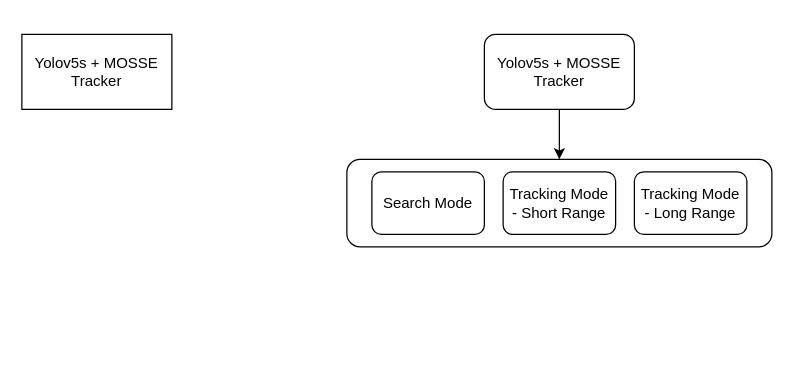
sonmyungwon/Software-Development keeps this draw.io diagram as system.drawio. Above is the earlier version. Source tidied: cells renumbered, new cells numbered last; positions are measured from the earlier drawing's top-left corner, leaving out a move shared by most shapes. Both pictures are drawn from the tidied source at 125%, with x=0, y=0 at pixel (21, 34).
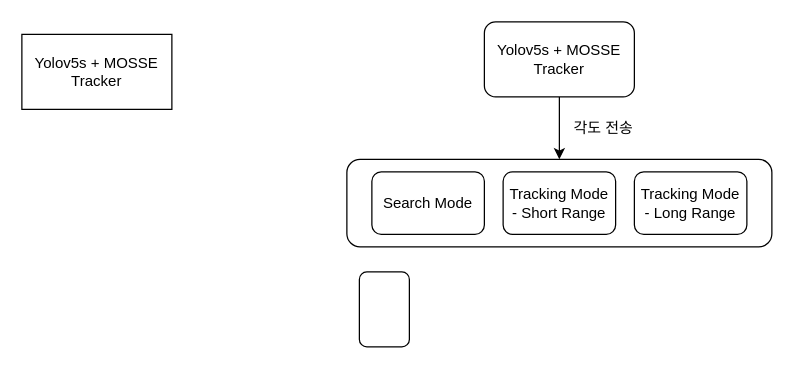
The same diagram, later.

What changed in the source:
```diff
@@
 <mxGraphModel>
   <root>
     <mxCell id="0" />
     <mxCell id="1" parent="0" />
     <mxCell id="2" style="rounded=1;whiteSpace=wrap;html=1;" parent="1" vertex="1">
       <mxGeometry x="260" y="100" width="340" height="70" as="geometry" />
     </mxCell>
     <mxCell id="3" value="Yolov5s + MOSSE Tracker" style="rounded=0;whiteSpace=wrap;html=1;" parent="1" vertex="1">
       <mxGeometry width="120" height="60" as="geometry" />
     </mxCell>
     <mxCell id="4" value="Yolov5s + MOSSE Tracker" style="rounded=1;whiteSpace=wrap;html=1;" parent="1" vertex="1">
-      <mxGeometry x="370" width="120" height="60" as="geometry" />
+      <mxGeometry x="370" y="-10" width="120" height="60" as="geometry" />
     </mxCell>
     <mxCell id="5" value="Search Mode" style="rounded=1;whiteSpace=wrap;html=1;" parent="1" vertex="1">
       <mxGeometry x="280" y="110" width="90" height="50" as="geometry" />
     </mxCell>
     <mxCell id="6" value="Tracking Mode&lt;br&gt;- Short Range" style="rounded=1;whiteSpace=wrap;html=1;" parent="1" vertex="1">
       <mxGeometry x="385" y="110" width="90" height="50" as="geometry" />
     </mxCell>
     <mxCell id="7" value="Tracking Mode&lt;br&gt;- Long Range" style="rounded=1;whiteSpace=wrap;html=1;" parent="1" vertex="1">
       <mxGeometry x="490" y="110" width="90" height="50" as="geometry" />
     </mxCell>
     <mxCell id="8" style="endArrow=classic;html=1;rounded=0;entryX=0.5;entryY=0;entryDx=0;entryDy=0;exitX=0.5;exitY=1;exitDx=0;exitDy=0;" parent="1" edge="1" source="4" target="2">
       <mxGeometry relative="1" as="geometry" />
     </mxCell>
+    <mxCell id="9" value="각도 전송" style="text;html=1;align=center;verticalAlign=middle;strokeColor=none;fillColor=none;" parent="1" vertex="1">
+      <mxGeometry x="430" y="60" width="70" height="30" as="geometry" />
+    </mxCell>
+    <mxCell id="10" style="rounded=1;whiteSpace=wrap;html=1;" parent="1" vertex="1">
+      <mxGeometry x="270" y="190" width="40" height="60" as="geometry" />
+    </mxCell>
   </root>
 </mxGraphModel>
```
